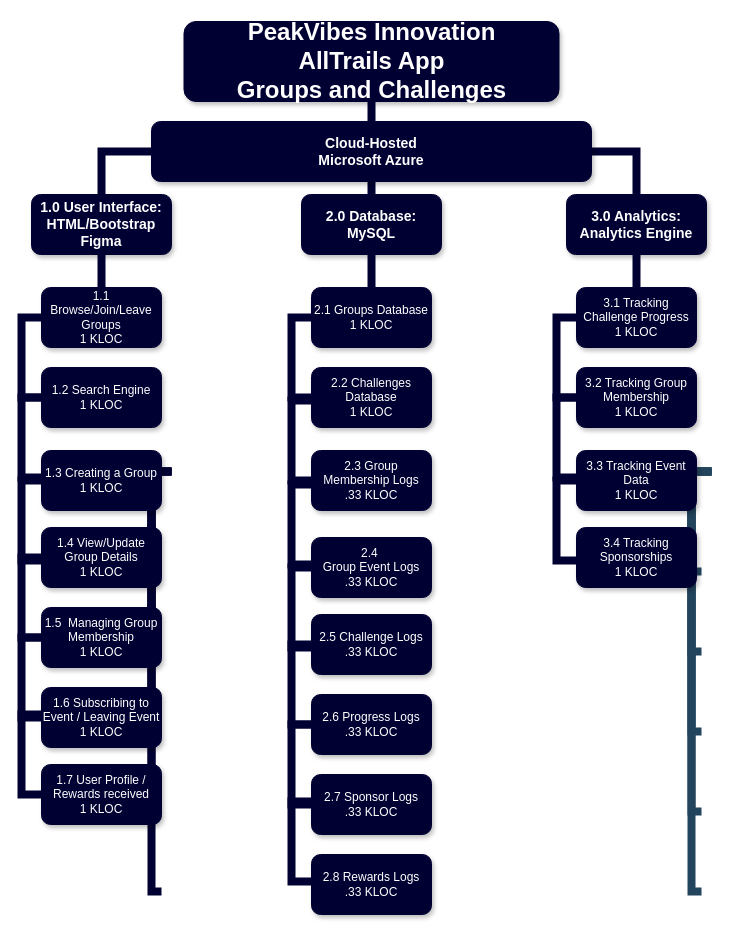
This is WBS.drawio from Th3Gibst3r/IS-6640, a draw.io file, before an edit. Source tidied: cells renumbered, new cells numbered last; positions are measured from the earlier drawing's top-left corner, leaving out a move shared by most shapes. Both pictures are drawn from the tidied source at 100%, with x=0, y=0 at pixel (21, 21).
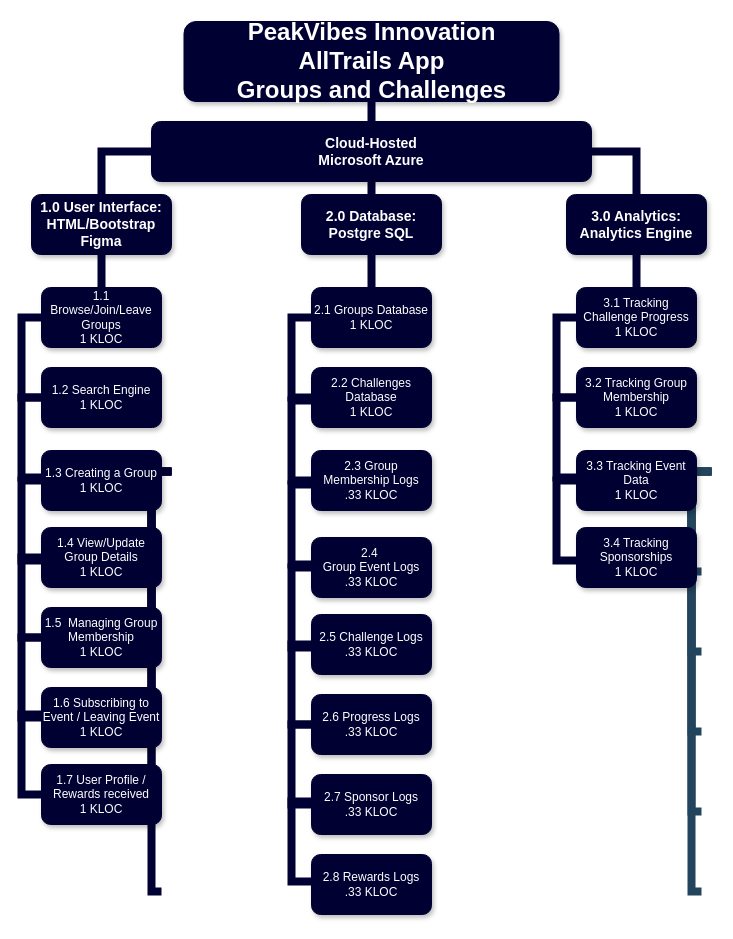
The same page after the edit.

The edit, as a diff of the source:
```diff
@@
-    <mxCell id="4" value="2.0 Database:&#10;MySQL" style="whiteSpace=wrap;rounded=1;fillColor=#000033;strokeColor=#000033;shadow=1;fontColor=#FFFFFF;fontStyle=1;fontSize=14;" parent="1" vertex="1">
+    <mxCell id="4" value="2.0 Database:&#10;Postgre SQL" style="whiteSpace=wrap;rounded=1;fillColor=#000033;strokeColor=#000033;shadow=1;fontColor=#FFFFFF;fontStyle=1;fontSize=14;" parent="1" vertex="1">
       <mxGeometry x="280" y="173" width="140" height="60" as="geometry" />
     </mxCell>
```
